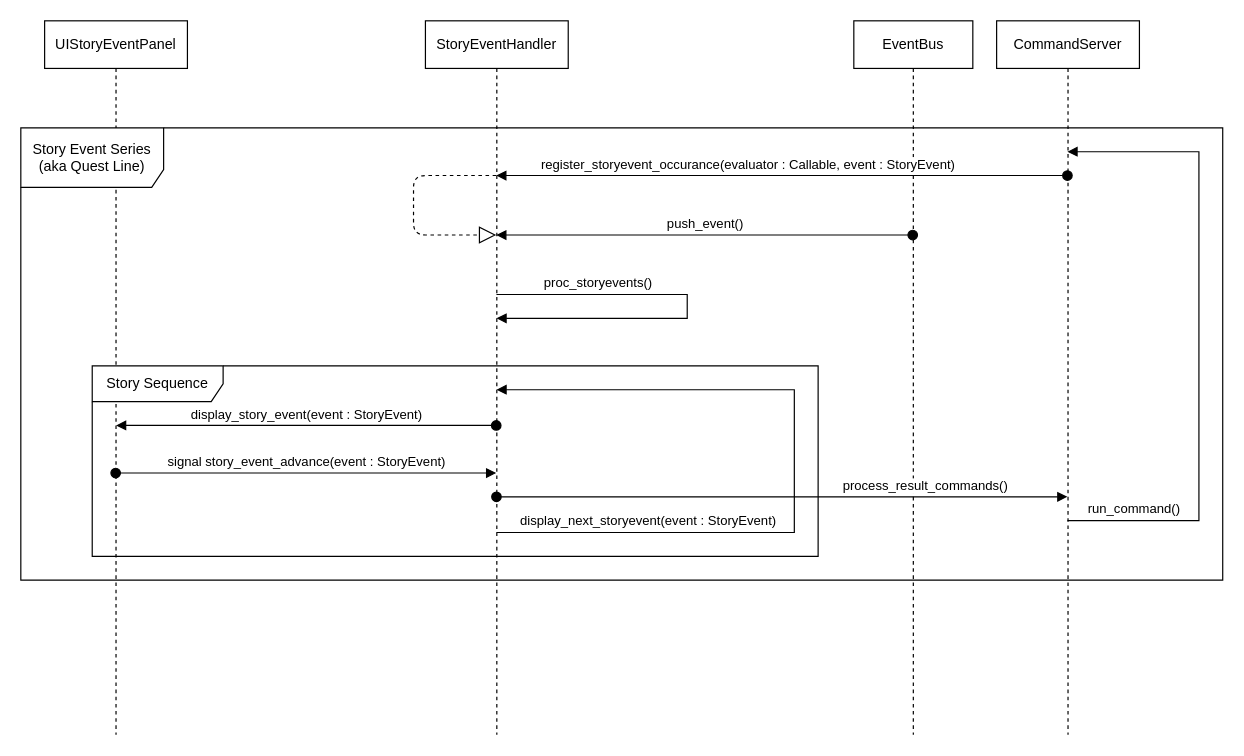
Earlier version of the draw.io diagram page "SEQUENCE" (2 of 2) of src/@uml/choice-events.drawio (NobleMetalLabs/project-hammer). Source tidied: cells renumbered, new cells numbered last; positions are measured from the earlier drawing's top-left corner, leaving out a move shared by most shapes. Both pictures are drawn from the tidied source at 119%, with x=0, y=0 at pixel (20, 20).
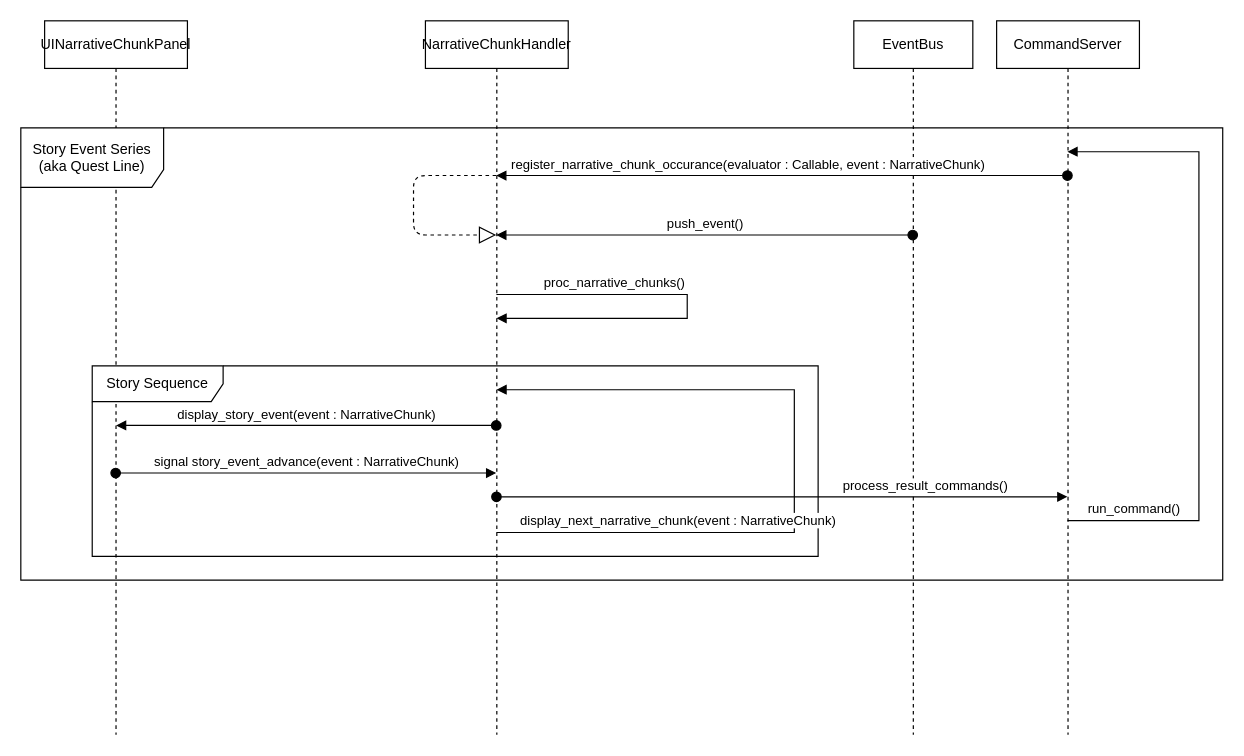
Above is the later version.

What changed in the source:
```diff
@@
-    <mxCell id="2" value="UIStoryEventPanel" style="shape=umlLifeline;perimeter=lifelinePerimeter;whiteSpace=wrap;html=1;newEdgeStyle={&quot;curved&quot;:0,&quot;rounded&quot;:0};" parent="1" vertex="1">
+    <mxCell id="2" value="UINarrativeChunkPanel" style="shape=umlLifeline;perimeter=lifelinePerimeter;whiteSpace=wrap;html=1;newEdgeStyle={&quot;curved&quot;:0,&quot;rounded&quot;:0};" parent="1" vertex="1">
       <mxGeometry x="20" width="120" height="600" as="geometry" />
     </mxCell>
@@
-    <mxCell id="6" value="StoryEventHandler" style="shape=umlLifeline;perimeter=lifelinePerimeter;whiteSpace=wrap;html=1;outlineConnect=0;portConstraint=eastwest;newEdgeStyle={&quot;curved&quot;:0,&quot;rounded&quot;:0};" parent="1" vertex="1">
+    <mxCell id="6" value="NarrativeChunkHandler" style="shape=umlLifeline;perimeter=lifelinePerimeter;whiteSpace=wrap;html=1;outlineConnect=0;portConstraint=eastwest;newEdgeStyle={&quot;curved&quot;:0,&quot;rounded&quot;:0};" parent="1" vertex="1">
       <mxGeometry x="340" width="120" height="600" as="geometry" />
     </mxCell>
@@
-    <mxCell id="8" value="display_story_event(event : StoryEvent)" style="html=1;verticalAlign=bottom;startArrow=oval;startFill=1;endArrow=block;startSize=8;rounded=0;" parent="1" edge="1">
+    <mxCell id="8" value="display_story_event(event : NarrativeChunk)" style="html=1;verticalAlign=bottom;startArrow=oval;startFill=1;endArrow=block;startSize=8;rounded=0;" parent="1" edge="1">
       <mxGeometry relative="1" as="geometry">
         <mxPoint x="399.5" y="340" as="sourcePoint" />
         <mxPoint x="80" y="340" as="targetPoint" />
       </mxGeometry>
     </mxCell>
-    <mxCell id="9" value="signal story_event_advance(event : StoryEvent)" style="html=1;verticalAlign=bottom;startArrow=oval;startFill=1;endArrow=block;startSize=8;rounded=0;" parent="1" edge="1">
+    <mxCell id="9" value="signal story_event_advance(event : NarrativeChunk)" style="html=1;verticalAlign=bottom;startArrow=oval;startFill=1;endArrow=block;startSize=8;rounded=0;" parent="1" edge="1">
       <mxGeometry relative="1" as="geometry">
         <mxPoint x="79.7" y="380" as="sourcePoint" />
         <mxPoint x="399.5" y="380" as="targetPoint" />
         <Array as="points">
           <mxPoint x="230" y="380" />
         </Array>
       </mxGeometry>
     </mxCell>
@@
-    <mxCell id="11" value="proc_storyevents()" style="html=1;align=left;spacingLeft=2;endArrow=block;rounded=0;edgeStyle=orthogonalEdgeStyle;rounded=0;" parent="1" edge="1">
+    <mxCell id="11" value="proc_narrative_chunks()" style="html=1;align=left;spacingLeft=2;endArrow=block;rounded=0;edgeStyle=orthogonalEdgeStyle;rounded=0;" parent="1" edge="1">
       <mxGeometry x="-0.79" y="10" relative="1" as="geometry">
         <mxPoint x="399.7" y="230" as="sourcePoint" />
         <mxPoint x="399.7" y="250" as="targetPoint" />
         <Array as="points">
           <mxPoint x="560" y="230" />
           <mxPoint x="560" y="250" />
         </Array>
       </mxGeometry>
     </mxCell>
@@
-    <mxCell id="13" value="register_storyevent_occurance(evaluator : Callable, event : StoryEvent)" style="html=1;verticalAlign=bottom;startArrow=oval;startFill=1;endArrow=block;startSize=8;rounded=0;" parent="1" edge="1">
+    <mxCell id="13" value="register_narrative_chunk_occurance(evaluator : Callable, event : NarrativeChunk)" style="html=1;verticalAlign=bottom;startArrow=oval;startFill=1;endArrow=block;startSize=8;rounded=0;" parent="1" edge="1">
       <mxGeometry x="0.12" relative="1" as="geometry">
         <mxPoint x="879.5" y="130" as="sourcePoint" />
         <mxPoint x="399.5" y="130" as="targetPoint" />
       </mxGeometry>
     </mxCell>
-    <mxCell id="14" value="display_next_storyevent(event : StoryEvent)" style="html=1;align=left;spacingLeft=2;endArrow=block;rounded=0;edgeStyle=orthogonalEdgeStyle;rounded=0;" parent="1" edge="1">
+    <mxCell id="14" value="display_next_narrative_chunk(event : NarrativeChunk)" style="html=1;align=left;spacingLeft=2;endArrow=block;rounded=0;edgeStyle=orthogonalEdgeStyle;rounded=0;" parent="1" edge="1">
       <mxGeometry x="-0.95" y="10" relative="1" as="geometry">
         <mxPoint x="399.7" y="430" as="sourcePoint" />
         <mxPoint x="399.7" y="310" as="targetPoint" />
         <Array as="points">
           <mxPoint x="650" y="430" />
           <mxPoint x="650" y="310" />
         </Array>
       </mxGeometry>
     </mxCell>
```
